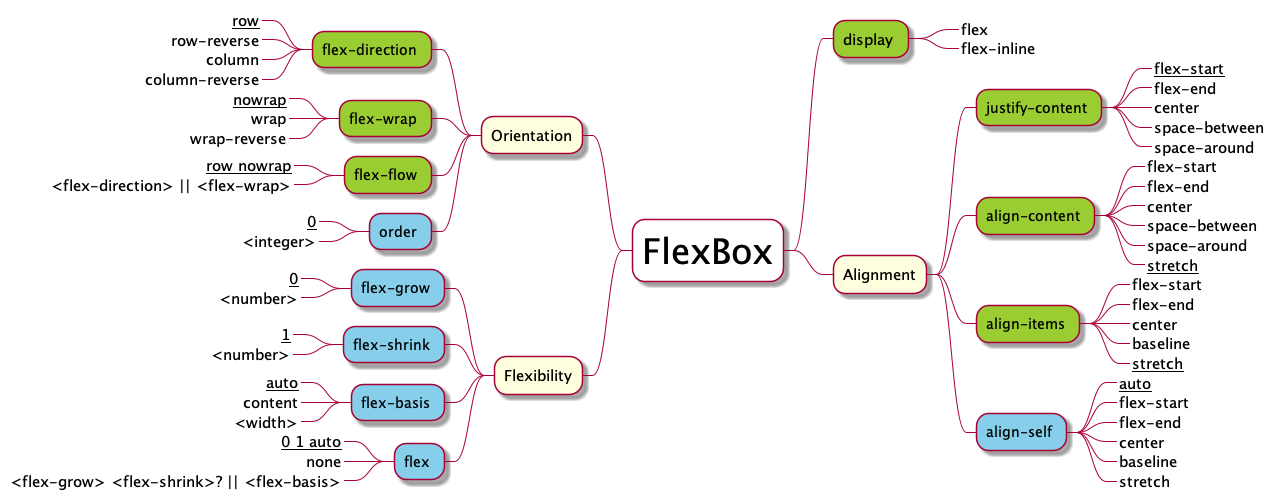
ifpb/css-guide keeps this PlantUML diagram as css/layout-flexbox/assets/mindmap-values-v1.png. Above is the earlier version. Source of this version:
```plantuml
@startmindmap
<style>
mindmapDiagram {
  Node {
    BackGroundColor white
  }
  rootNode {
    FontSize 35
  }
  :depth(1) {
    FontSize 15
    BackGroundColor LightYellow
  }
  leafNode {
    FontColor gray
    FontSize 15
  }
  .containerStyle * {
    BackgroundColor YellowGreen
  }
  .itemStyle * {
    BackgroundColor SkyBlue
  }
}
</style>
+ FlexBox
-- Orientation
--- flex-direction <<containerStyle>>
----_ <u>row</u>
----_ row-reverse
----_ column
----_ column-reverse
--- flex-wrap <<containerStyle>>
----_ <u>nowrap</u>
----_ wrap
----_ wrap-reverse
--- flex-flow <<containerStyle>>
----_ <u>row nowrap</u>
----_ <flex-direction> || <flex-wrap>
--- order <<itemStyle>>
----_ <u>0</u>
----_ <integer>
-- Flexibility
--- flex-grow <<itemStyle>>
----_ <u>0</u>
----_ <number>
--- flex-shrink <<itemStyle>>
----_ <u>1</u>
----_ <number>
--- flex-basis <<itemStyle>>
----_ <u>auto</u>
----_ content
----_ <width>
--- flex <<itemStyle>>
----_ <u>0 1 auto</u>
----_ none
----_ <flex-grow> <flex-shrink>? || <flex-basis>
++ display <<containerStyle>>
+++_ flex
+++_ flex-inline
++ Alignment
+++ justify-content <<containerStyle>>
++++_ <u>flex-start</u>
++++_ flex-end
++++_ center
++++_ space-between
++++_ space-around
+++ align-content <<containerStyle>>
++++_ flex-start
++++_ flex-end
++++_ center
++++_ space-between
++++_ space-around
++++_ <u>stretch</u>
+++ align-items <<containerStyle>>
++++_ flex-start
++++_ flex-end
++++_ center
++++_ baseline
++++_ <u>stretch</u>
+++ align-self <<itemStyle>>
++++_ <u>auto</u>
++++_ flex-start
++++_ flex-end
++++_ center
++++_ baseline
++++_ stretch
@endmindmap
```
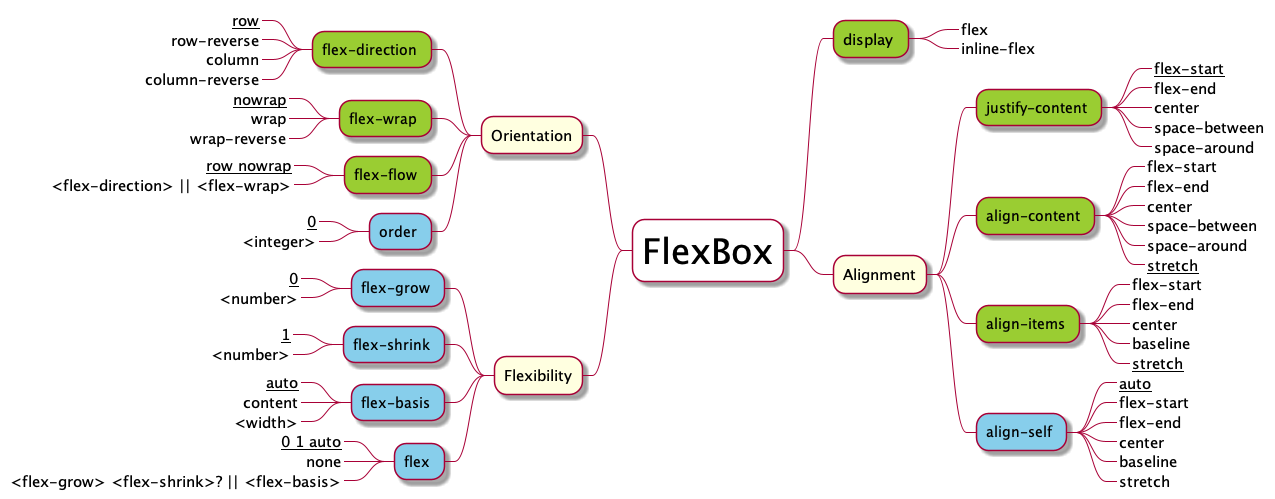
The same file after the commit.

Commit message:
grid: mindmap, playground

The edit, as a diff of the source:
```diff
@@ -57,7 +57,7 @@
 ----_ <flex-grow> <flex-shrink>? || <flex-basis>
 ++ display <<containerStyle>>
 +++_ flex
-+++_ flex-inline
++++_ inline-flex
 ++ Alignment
 +++ justify-content <<containerStyle>>
 ++++_ <u>flex-start</u>
```
